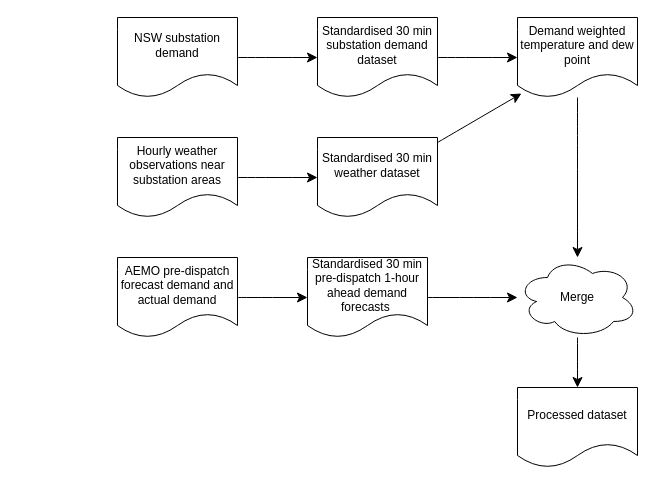
This is Untitled Diagram.drawio from cody-mcrae/drawio, a draw.io file, before an edit. Source tidied: cells renumbered, new cells numbered last; positions are measured from the earlier drawing's top-left corner, leaving out a move shared by most shapes. Both pictures are drawn from the tidied source at 100%, with x=0, y=0 at pixel (117, 17).
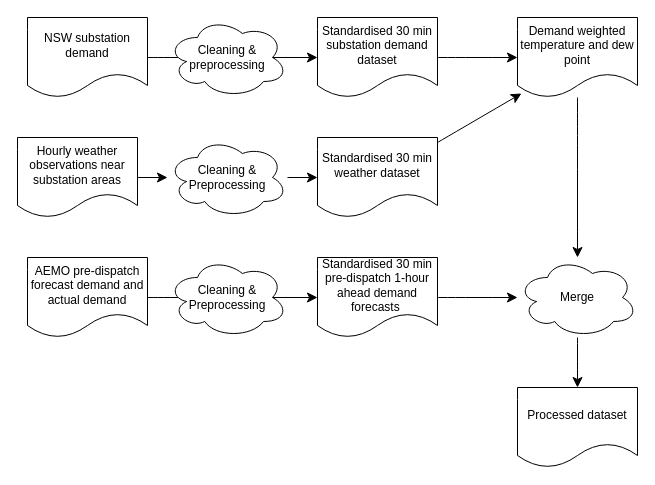
Above is the later version.

What changed in the source:
```diff
@@
     <mxCell id="3" value="NSW substation demand" style="shape=document;whiteSpace=wrap;html=1;boundedLbl=1;" parent="1" vertex="1">
-      <mxGeometry width="120" height="80" as="geometry" />
+      <mxGeometry x="-90" width="120" height="80" as="geometry" />
     </mxCell>
-    <mxCell id="4" style="edgeStyle=none;curved=1;rounded=0;jettySize=auto;html=1;fontSize=12;startSize=8;endSize=8;" parent="1" edge="1" source="5">
+    <mxCell id="4" style="edgeStyle=none;curved=1;rounded=0;jettySize=auto;html=1;fontSize=12;startSize=8;endSize=8;" parent="1" edge="1" source="22">
       <mxGeometry relative="1" as="geometry">
         <mxPoint x="200" y="160" as="targetPoint" />
       </mxGeometry>
     </mxCell>
     <mxCell id="5" value="Hourly weather observations near substation areas" style="shape=document;whiteSpace=wrap;html=1;boundedLbl=1;" parent="1" vertex="1">
-      <mxGeometry y="120" width="120" height="80" as="geometry" />
+      <mxGeometry x="-100" y="120" width="120" height="80" as="geometry" />
     </mxCell>
-    <mxCell id="6" style="edgeStyle=none;curved=1;rounded=0;jettySize=auto;html=1;fontSize=12;startSize=8;endSize=8;" parent="1" edge="1" source="7">
-      <mxGeometry relative="1" as="geometry">
-        <mxPoint x="190" y="280" as="targetPoint" />
-      </mxGeometry>
+    <mxCell id="6" style="edgeStyle=none;curved=1;rounded=0;jettySize=auto;html=1;fontSize=12;startSize=8;endSize=8;entryX=0;entryY=0.5;entryDx=0;entryDy=0;" parent="1" edge="1" source="7" target="15">
+      <mxGeometry relative="1" as="geometry" />
     </mxCell>
     <mxCell id="7" value="AEMO pre-dispatch forecast demand and actual demand" style="shape=document;whiteSpace=wrap;html=1;boundedLbl=1;" parent="1" vertex="1">
-      <mxGeometry y="240" width="120" height="80" as="geometry" />
+      <mxGeometry x="-90" y="240" width="120" height="80" as="geometry" />
     </mxCell>
@@
     <mxCell id="15" value="Standardised 30 min pre-dispatch 1-hour ahead demand forecasts&amp;nbsp;" style="shape=document;whiteSpace=wrap;html=1;boundedLbl=1;" parent="1" vertex="1">
-      <mxGeometry x="190" y="240" width="120" height="80" as="geometry" />
+      <mxGeometry x="200" y="240" width="120" height="80" as="geometry" />
     </mxCell>
@@
+    <mxCell id="19" value="Cleaning &amp;amp; preprocessing" style="ellipse;shape=cloud;whiteSpace=wrap;html=1;" parent="1" vertex="1">
+      <mxGeometry x="50" width="120" height="80" as="geometry" />
+    </mxCell>
+    <mxCell id="20" value="Cleaning &amp;amp; Preprocessing" style="ellipse;shape=cloud;whiteSpace=wrap;html=1;" parent="1" vertex="1">
+      <mxGeometry x="50" y="240" width="120" height="80" as="geometry" />
+    </mxCell>
+    <mxCell id="21" style="edgeStyle=none;curved=1;rounded=0;jettySize=auto;html=1;fontSize=12;startSize=8;endSize=8;" parent="1" edge="1" source="5" target="22">
+      <mxGeometry relative="1" as="geometry" />
+    </mxCell>
+    <mxCell id="22" value="Cleaning &amp;amp; Preprocessing" style="ellipse;shape=cloud;whiteSpace=wrap;html=1;" parent="1" vertex="1">
+      <mxGeometry x="50" y="120" width="120" height="80" as="geometry" />
+    </mxCell>
```
